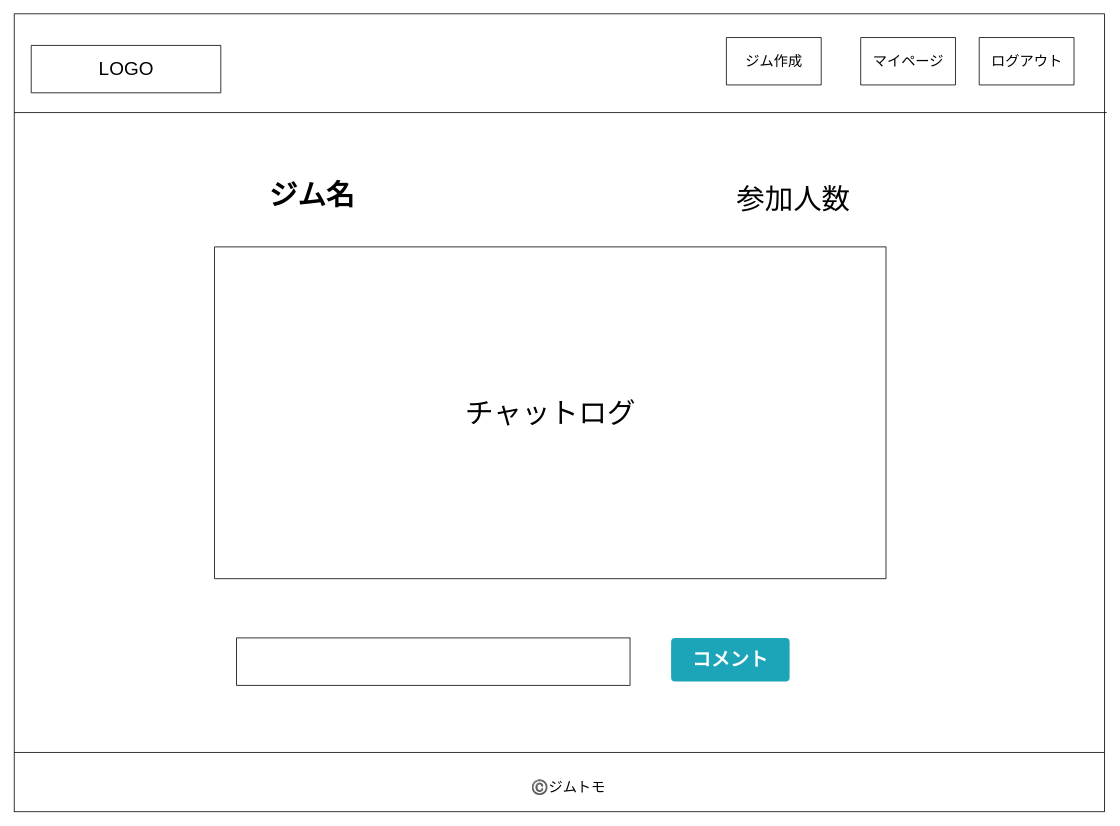
This is page "チャットルーム" (8 of 10) of 名称未設定ファイル.drawio from 74905/kintore_app, a draw.io file, before an edit. Source tidied: cells renumbered, new cells numbered last; positions are measured from the earlier drawing's top-left corner, leaving out a move shared by most shapes. Both pictures are drawn from the tidied source at 79%, with x=0, y=0 at pixel (13, 13).
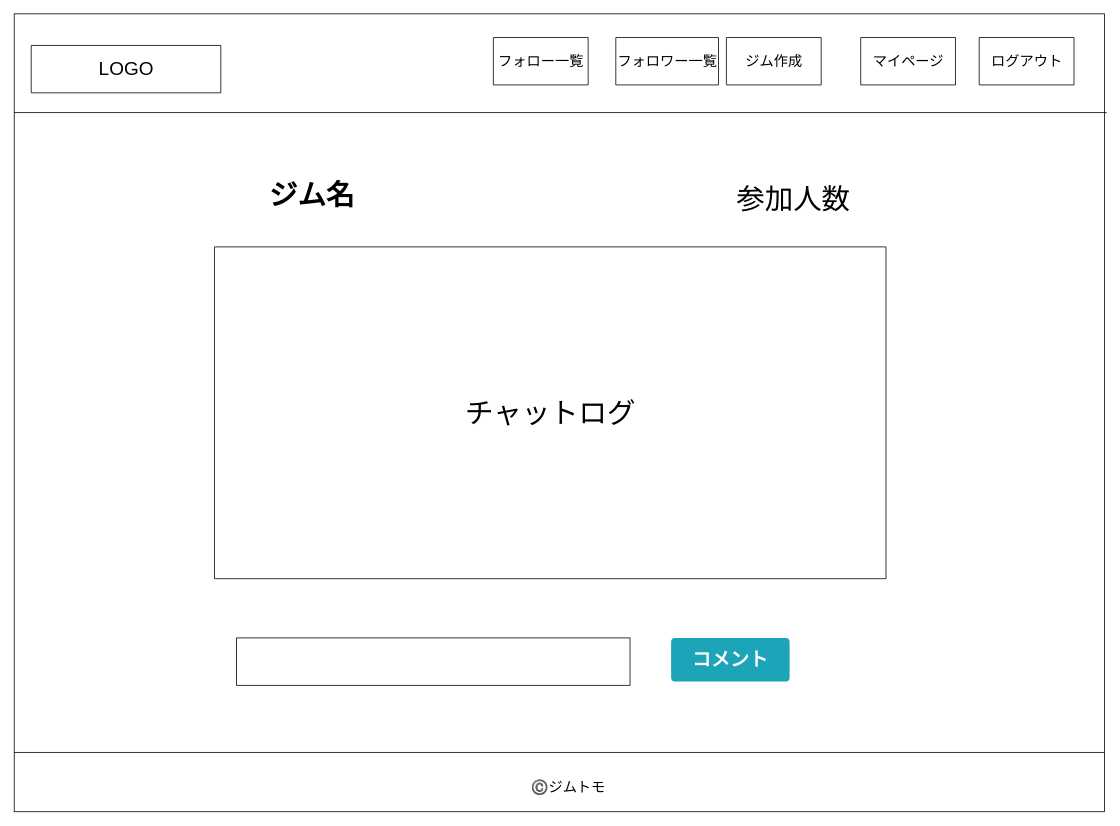
Above is the later version.

Diff of the diagram source:
```diff
@@
 <mxGraphModel>
   <root>
     <mxCell id="0" />
     <mxCell id="1" parent="0" />
     <mxCell id="2" style="rounded=0;whiteSpace=wrap;html=1;fillColor=none;" parent="1" vertex="1">
       <mxGeometry x="0.5" width="1380" height="1010" as="geometry" />
     </mxCell>
     <mxCell id="3" style="line;strokeWidth=1;dashed=0;labelPosition=right;align=left;verticalAlign=middle;spacingTop=0;spacingLeft=6;fillColor=none;" parent="1" vertex="1">
       <mxGeometry x="0.5" y="930" width="1380" height="10" as="geometry" />
     </mxCell>
     <mxCell id="4" value="&lt;font style=&quot;font-size: 18px&quot;&gt;©️ジムトモ&lt;/font&gt;" style="text;html=1;strokeColor=none;fillColor=none;align=center;verticalAlign=middle;whiteSpace=wrap;rounded=0;" parent="1" vertex="1">
       <mxGeometry x="642" y="970" width="120" height="20" as="geometry" />
     </mxCell>
     <mxCell id="5" style="line;strokeWidth=1;dashed=0;labelPosition=right;align=left;verticalAlign=middle;spacingTop=0;spacingLeft=6;fillColor=none;" parent="1" vertex="1">
       <mxGeometry x="0.5" y="120" width="1383" height="10" as="geometry" />
     </mxCell>
     <mxCell id="6" value="&lt;font style=&quot;font-size: 24px&quot;&gt;LOGO&lt;/font&gt;" style="verticalLabelPosition=middle;verticalAlign=middle;html=1;shape=mxgraph.basic.rect;fillColor2=none;strokeWidth=1;size=20;indent=5;align=center;labelPosition=center;" parent="1" vertex="1">
       <mxGeometry x="22" y="40" width="240" height="60" as="geometry" />
     </mxCell>
     <mxCell id="7" value="&lt;span style=&quot;font-size: 18px&quot;&gt;ジム作成&lt;/span&gt;" style="verticalLabelPosition=middle;verticalAlign=middle;html=1;shape=mxgraph.basic.rect;fillColor2=none;strokeWidth=1;size=20;indent=5;align=center;labelPosition=center;" parent="1" vertex="1">
       <mxGeometry x="902" y="30" width="120" height="60" as="geometry" />
     </mxCell>
     <mxCell id="8" value="&lt;span style=&quot;font-size: 18px&quot;&gt;マイページ&lt;/span&gt;" style="verticalLabelPosition=middle;verticalAlign=middle;html=1;shape=mxgraph.basic.rect;fillColor2=none;strokeWidth=1;size=20;indent=5;align=center;labelPosition=center;" parent="1" vertex="1">
       <mxGeometry x="1072" y="30" width="120" height="60" as="geometry" />
     </mxCell>
     <mxCell id="9" value="&lt;span style=&quot;font-size: 18px&quot;&gt;ログアウト&lt;br&gt;&lt;/span&gt;" style="verticalLabelPosition=middle;verticalAlign=middle;html=1;shape=mxgraph.basic.rect;fillColor2=none;strokeWidth=1;size=20;indent=5;align=center;labelPosition=center;" parent="1" vertex="1">
       <mxGeometry x="1222" y="30" width="120" height="60" as="geometry" />
     </mxCell>
     <mxCell id="10" value="&lt;font style=&quot;font-size: 36px&quot;&gt;チャットログ&lt;/font&gt;" style="verticalLabelPosition=middle;verticalAlign=middle;html=1;shape=mxgraph.basic.rect;fillColor2=none;strokeWidth=1;size=20;indent=5;rounded=0;sketch=0;labelPosition=center;align=center;" parent="1" vertex="1">
       <mxGeometry x="254" y="295" width="850" height="420" as="geometry" />
     </mxCell>
     <mxCell id="11" value="&lt;font style=&quot;font-size: 36px&quot;&gt;ジム名&lt;/font&gt;" style="text;strokeColor=none;fillColor=none;html=1;fontSize=24;fontStyle=1;verticalAlign=middle;align=center;rounded=0;sketch=0;" parent="1" vertex="1">
       <mxGeometry x="262" y="210" width="230" height="40" as="geometry" />
     </mxCell>
     <mxCell id="12" value="&lt;font style=&quot;font-size: 36px&quot;&gt;参加人数&lt;/font&gt;" style="text;html=1;strokeColor=none;fillColor=none;align=center;verticalAlign=middle;whiteSpace=wrap;rounded=0;sketch=0;" parent="1" vertex="1">
       <mxGeometry x="912" y="210" width="150" height="50" as="geometry" />
     </mxCell>
     <mxCell id="13" style="rounded=0;whiteSpace=wrap;html=1;sketch=0;fillColor=#ffffff;" parent="1" vertex="1">
       <mxGeometry x="282" y="790" width="498" height="60" as="geometry" />
     </mxCell>
     <mxCell id="14" value="&lt;font style=&quot;font-size: 24px&quot;&gt;コメント&lt;/font&gt;" style="html=1;shadow=0;dashed=0;shape=mxgraph.bootstrap.rrect;rSize=5;strokeColor=none;strokeWidth=1;fillColor=#1CA5B8;fontColor=#FFFFFF;whiteSpace=wrap;align=center;verticalAlign=middle;spacingLeft=0;fontStyle=1;fontSize=14;spacing=5;rounded=0;sketch=0;" parent="1" vertex="1">
       <mxGeometry x="832" y="790" width="150" height="55" as="geometry" />
     </mxCell>
+    <mxCell id="15" value="&lt;span style=&quot;font-size: 18px&quot;&gt;フォロー一覧&lt;br&gt;&lt;/span&gt;" style="verticalLabelPosition=middle;verticalAlign=middle;html=1;shape=mxgraph.basic.rect;fillColor2=none;strokeWidth=1;size=20;indent=5;align=center;labelPosition=center;" parent="1" vertex="1">
+      <mxGeometry x="607" y="30" width="120" height="60" as="geometry" />
+    </mxCell>
+    <mxCell id="16" value="&lt;span style=&quot;font-size: 18px&quot;&gt;フォロワー一覧&lt;/span&gt;" style="verticalLabelPosition=middle;verticalAlign=middle;html=1;shape=mxgraph.basic.rect;fillColor2=none;strokeWidth=1;size=20;indent=5;align=center;labelPosition=center;" parent="1" vertex="1">
+      <mxGeometry x="762" y="30" width="130" height="60" as="geometry" />
+    </mxCell>
   </root>
 </mxGraphModel>
```
